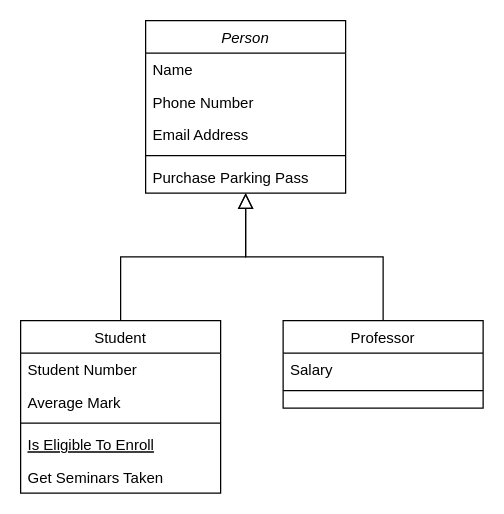
The draw.io diagram 未命名绘图.drawio in Claux-77/Claux-77.github.io, before the edit. Source tidied: cells renumbered, new cells numbered last; positions are measured from the earlier drawing's top-left corner, leaving out a move shared by most shapes. Both pictures are drawn from the tidied source at 125%, with x=0, y=0 at pixel (20, 20).
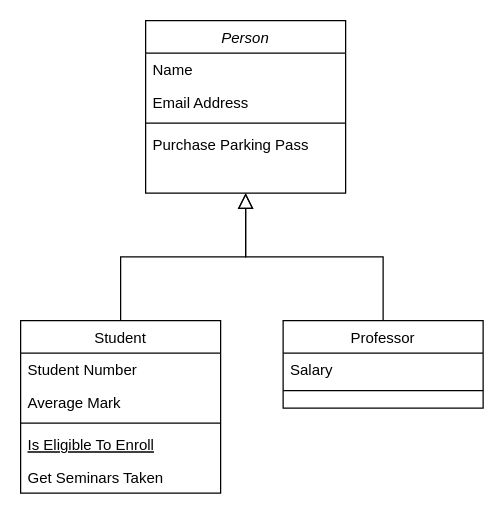
The same page after the edit.

Change to the diagram source:
```diff
@@
 <mxGraphModel>
   <root>
     <mxCell id="0" />
     <mxCell id="1" parent="0" />
     <mxCell id="2" value="Person" style="swimlane;fontStyle=2;align=center;verticalAlign=top;horizontal=1;startSize=26;rounded=0;shadow=0;strokeWidth=1;" parent="1" vertex="1">
       <mxGeometry x="100" width="160" height="138" as="geometry" />
     </mxCell>
     <mxCell id="3" value="Name" style="text;align=left;verticalAlign=top;spacingLeft=4;spacingRight=4;overflow=hidden;" parent="2" vertex="1">
       <mxGeometry y="26" width="160" height="26" as="geometry" />
     </mxCell>
-    <mxCell id="4" value="Phone Number" style="text;align=left;verticalAlign=top;spacingLeft=4;spacingRight=4;overflow=hidden;rounded=0;shadow=0;html=0;" parent="2" vertex="1">
-      <mxGeometry y="52" width="160" height="26" as="geometry" />
-    </mxCell>
     <mxCell id="5" value="Email Address" style="text;align=left;verticalAlign=top;spacingLeft=4;spacingRight=4;overflow=hidden;rounded=0;shadow=0;html=0;" parent="2" vertex="1">
-      <mxGeometry y="78" width="160" height="26" as="geometry" />
+      <mxGeometry y="52" width="160" height="26" as="geometry" />
     </mxCell>
     <mxCell id="6" style="line;html=1;strokeWidth=1;align=left;verticalAlign=middle;spacingTop=-1;spacingLeft=3;spacingRight=3;labelPosition=right;" parent="2" vertex="1">
-      <mxGeometry y="104" width="160" height="8" as="geometry" />
+      <mxGeometry y="78" width="160" height="8" as="geometry" />
     </mxCell>
     <mxCell id="7" value="Purchase Parking Pass" style="text;align=left;verticalAlign=top;spacingLeft=4;spacingRight=4;overflow=hidden;" parent="2" vertex="1">
-      <mxGeometry y="112" width="160" height="26" as="geometry" />
+      <mxGeometry y="86" width="160" height="26" as="geometry" />
     </mxCell>
     <mxCell id="8" value="Student" style="swimlane;fontStyle=0;align=center;verticalAlign=top;horizontal=1;startSize=26;rounded=0;shadow=0;strokeWidth=1;" parent="1" vertex="1">
       <mxGeometry y="240" width="160" height="138" as="geometry" />
     </mxCell>
     <mxCell id="9" value="Student Number" style="text;align=left;verticalAlign=top;spacingLeft=4;spacingRight=4;overflow=hidden;" parent="8" vertex="1">
       <mxGeometry y="26" width="160" height="26" as="geometry" />
     </mxCell>
     <mxCell id="10" value="Average Mark" style="text;align=left;verticalAlign=top;spacingLeft=4;spacingRight=4;overflow=hidden;rounded=0;shadow=0;html=0;" parent="8" vertex="1">
       <mxGeometry y="52" width="160" height="26" as="geometry" />
     </mxCell>
     <mxCell id="11" style="line;html=1;strokeWidth=1;align=left;verticalAlign=middle;spacingTop=-1;spacingLeft=3;spacingRight=3;labelPosition=right;" parent="8" vertex="1">
       <mxGeometry y="78" width="160" height="8" as="geometry" />
     </mxCell>
     <mxCell id="12" value="Is Eligible To Enroll" style="text;align=left;verticalAlign=top;spacingLeft=4;spacingRight=4;overflow=hidden;fontStyle=4;" parent="8" vertex="1">
       <mxGeometry y="86" width="160" height="26" as="geometry" />
     </mxCell>
     <mxCell id="13" value="Get Seminars Taken" style="text;align=left;verticalAlign=top;spacingLeft=4;spacingRight=4;overflow=hidden;" parent="8" vertex="1">
       <mxGeometry y="112" width="160" height="26" as="geometry" />
     </mxCell>
     <mxCell id="14" style="endArrow=block;endSize=10;endFill=0;shadow=0;strokeWidth=1;rounded=0;edgeStyle=elbowEdgeStyle;elbow=vertical;" parent="1" edge="1" source="8" target="2">
       <mxGeometry relative="1" as="geometry" />
     </mxCell>
     <mxCell id="15" value="Professor" style="swimlane;fontStyle=0;align=center;verticalAlign=top;horizontal=1;startSize=26;rounded=0;shadow=0;strokeWidth=1;" parent="1" vertex="1">
       <mxGeometry x="210" y="240" width="160" height="70" as="geometry" />
     </mxCell>
     <mxCell id="16" value="Salary" style="text;align=left;verticalAlign=top;spacingLeft=4;spacingRight=4;overflow=hidden;" parent="15" vertex="1">
       <mxGeometry y="26" width="160" height="26" as="geometry" />
     </mxCell>
     <mxCell id="17" style="line;html=1;strokeWidth=1;align=left;verticalAlign=middle;spacingTop=-1;spacingLeft=3;spacingRight=3;labelPosition=right;" parent="15" vertex="1">
       <mxGeometry y="52" width="160" height="8" as="geometry" />
     </mxCell>
     <mxCell id="18" style="endArrow=block;endSize=10;endFill=0;shadow=0;strokeWidth=1;rounded=0;edgeStyle=elbowEdgeStyle;elbow=vertical;" parent="1" edge="1" source="15" target="2">
       <mxGeometry relative="1" as="geometry" />
     </mxCell>
   </root>
 </mxGraphModel>
```
